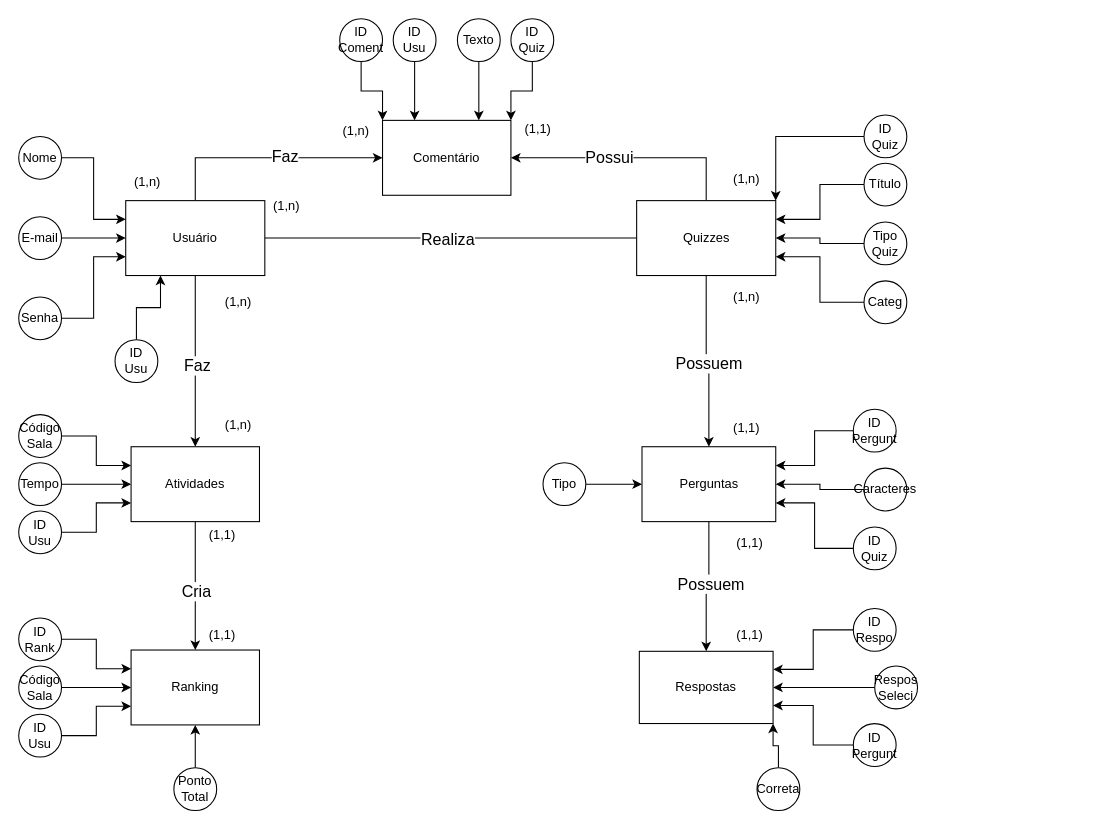
Before: Project ER Diagram.drawio in J4oG/DER, a draw.io diagram. Source tidied: cells renumbered, new cells numbered last; positions are measured from the earlier drawing's top-left corner, leaving out a move shared by most shapes. Both pictures are drawn from the tidied source at 107%, with x=0, y=0 at pixel (18, 18).
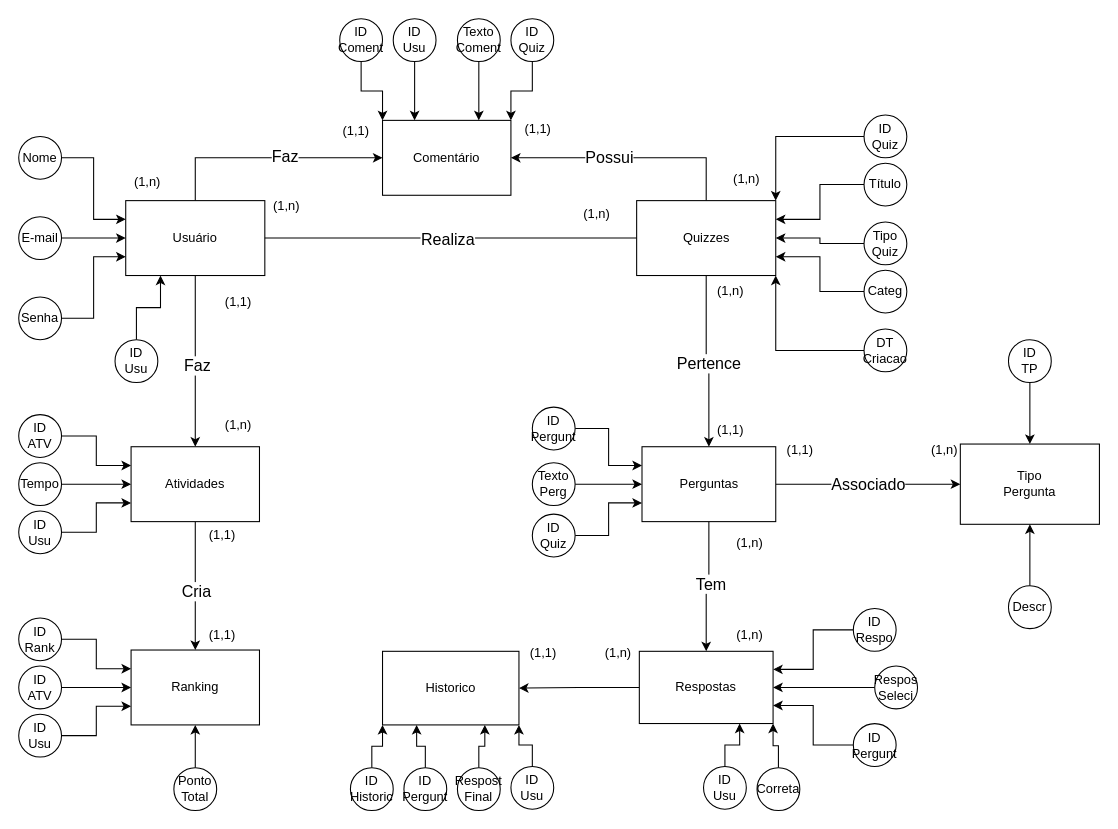
The same page after the edit.

The change refers to these unchanged cells:
```xml
<mxCell id="7" style="edgeStyle=orthogonalEdgeStyle;rounded=0;jettySize=auto;html=1;exitX=0.5;exitY=1;exitDx=0;exitDy=0;entryX=0.5;entryY=0;entryDx=0;entryDy=0;" parent="1" edge="1" source="11" target="36">
  <mxGeometry relative="1" as="geometry" />
</mxCell>
<mxCell id="11" value="Quizzes" style="rounded=0;whiteSpace=wrap;html=1;" parent="1" vertex="1">
  <mxGeometry x="577.5" y="170" width="130" height="70" as="geometry" />
</mxCell>
<mxCell id="34" style="edgeStyle=orthogonalEdgeStyle;rounded=0;jettySize=auto;html=1;exitX=0.5;exitY=1;exitDx=0;exitDy=0;entryX=0.5;entryY=0;entryDx=0;entryDy=0;" parent="1" edge="1" source="36" target="37">
  <mxGeometry relative="1" as="geometry" />
</mxCell>
<mxCell id="36" value="Perguntas" style="rounded=0;whiteSpace=wrap;html=1;" parent="1" vertex="1">
  <mxGeometry x="582.5" y="400" width="125" height="70" as="geometry" />
</mxCell>
<mxCell id="37" value="Respostas" style="rounded=0;whiteSpace=wrap;html=1;" parent="1" vertex="1">
  <mxGeometry x="580" y="591.2" width="125" height="67.5" as="geometry" />
</mxCell>
<mxCell id="67" style="endArrow=none;html=1;rounded=0;exitX=1;exitY=0.5;exitDx=0;exitDy=0;entryX=0;entryY=0.5;entryDx=0;entryDy=0;" parent="1" edge="1" source="6" target="11">
  <mxGeometry relative="1" as="geometry" />
</mxCell>
```

The edit, as a diff of the source:
```diff
@@
-    <mxCell id="8" value="&lt;font style=&quot;font-size: 15px;&quot;&gt;Possuem&lt;/font&gt;" style="edgeLabel;html=1;align=center;verticalAlign=middle;" parent="7" vertex="1">
+    <mxCell id="8" value="&lt;font style=&quot;font-size: 15px;&quot;&gt;Pertence&lt;/font&gt;" style="edgeLabel;html=1;align=center;verticalAlign=middle;" parent="7" vertex="1">
       <mxGeometry x="0.03" y="-1" relative="1" as="geometry" />
     </mxCell>
@@
-    <mxCell id="28" value="Código&lt;br&gt;Sala" style="ellipse;whiteSpace=wrap;html=1;" parent="1" vertex="1">
+    <mxCell id="28" value="ID&lt;br&gt;ATV" style="ellipse;whiteSpace=wrap;html=1;" parent="1" vertex="1">
       <mxGeometry y="370" width="40" height="40" as="geometry" />
     </mxCell>
@@
-    <mxCell id="35" value="&lt;font style=&quot;font-size: 15px;&quot;&gt;Possuem&lt;/font&gt;" style="edgeLabel;html=1;align=center;verticalAlign=middle;" parent="34" vertex="1">
+    <mxCell id="35" value="&lt;font style=&quot;font-size: 15px;&quot;&gt;Tem&lt;/font&gt;" style="edgeLabel;html=1;align=center;verticalAlign=middle;" parent="34" vertex="1">
       <mxGeometry x="-0.08" y="1" relative="1" as="geometry" />
     </mxCell>
+    <mxCell id="90" style="edgeStyle=orthogonalEdgeStyle;rounded=0;jettySize=auto;html=1;exitX=1;exitY=0.5;exitDx=0;exitDy=0;" parent="1" edge="1" source="36" target="101">
+      <mxGeometry relative="1" as="geometry" />
+    </mxCell>
+    <mxCell id="91" value="&lt;font style=&quot;font-size: 15px;&quot;&gt;Associado&lt;/font&gt;" style="edgeLabel;html=1;align=center;verticalAlign=middle;" parent="90" vertex="1">
+      <mxGeometry x="-0.01" y="1" relative="1" as="geometry">
+        <mxPoint x="1" as="offset" />
+      </mxGeometry>
+    </mxCell>
@@
+    <mxCell id="92" style="edgeStyle=orthogonalEdgeStyle;rounded=0;jettySize=auto;html=1;" parent="1" edge="1" source="37" target="96">
+      <mxGeometry relative="1" as="geometry" />
+    </mxCell>
@@
     <mxCell id="39" value="Categ" style="ellipse;whiteSpace=wrap;html=1;" parent="1" vertex="1">
-      <mxGeometry x="790" y="245" width="40" height="40" as="geometry" />
+      <mxGeometry x="790" y="235" width="40" height="40" as="geometry" />
     </mxCell>
@@
-    <mxCell id="42" style="edgeStyle=orthogonalEdgeStyle;rounded=0;jettySize=auto;html=1;entryX=1;entryY=0.25;entryDx=0;entryDy=0;" parent="1" edge="1" source="43" target="36">
+    <mxCell id="42" style="edgeStyle=orthogonalEdgeStyle;rounded=0;jettySize=auto;html=1;entryX=0;entryY=0.25;entryDx=0;entryDy=0;" parent="1" edge="1" source="43" target="36">
       <mxGeometry relative="1" as="geometry" />
     </mxCell>
     <mxCell id="43" value="ID&lt;br&gt;Pergunt" style="ellipse;whiteSpace=wrap;html=1;" parent="1" vertex="1">
-      <mxGeometry x="780" y="365" width="40" height="40" as="geometry" />
+      <mxGeometry x="480" y="363" width="40" height="40" as="geometry" />
     </mxCell>
-    <mxCell id="44" style="edgeStyle=orthogonalEdgeStyle;rounded=0;jettySize=auto;html=1;exitX=0;exitY=0.5;exitDx=0;exitDy=0;entryX=1;entryY=0.75;entryDx=0;entryDy=0;" parent="1" edge="1" source="45" target="36">
+    <mxCell id="44" style="edgeStyle=orthogonalEdgeStyle;rounded=0;jettySize=auto;html=1;exitX=1;exitY=0.5;exitDx=0;exitDy=0;entryX=0;entryY=0.75;entryDx=0;entryDy=0;" parent="1" edge="1" source="45" target="36">
       <mxGeometry relative="1" as="geometry" />
     </mxCell>
     <mxCell id="45" value="ID&lt;br&gt;Quiz" style="ellipse;whiteSpace=wrap;html=1;" parent="1" vertex="1">
-      <mxGeometry x="780" y="475" width="40" height="40" as="geometry" />
+      <mxGeometry x="480" y="463" width="40" height="40" as="geometry" />
     </mxCell>
-    <mxCell id="46" style="edgeStyle=orthogonalEdgeStyle;rounded=0;jettySize=auto;html=1;entryX=1;entryY=0.5;entryDx=0;entryDy=0;" parent="1" edge="1" source="47" target="36">
+    <mxCell id="46" style="edgeStyle=orthogonalEdgeStyle;rounded=0;jettySize=auto;html=1;entryX=0;entryY=0.5;entryDx=0;entryDy=0;" parent="1" edge="1" source="47" target="36">
       <mxGeometry relative="1" as="geometry" />
     </mxCell>
-    <mxCell id="47" value="Caracteres" style="ellipse;whiteSpace=wrap;html=1;" parent="1" vertex="1">
-      <mxGeometry x="790" y="420" width="40" height="40" as="geometry" />
+    <mxCell id="47" value="Texto&lt;br&gt;Perg" style="ellipse;whiteSpace=wrap;html=1;" parent="1" vertex="1">
+      <mxGeometry x="480" y="415" width="40" height="40" as="geometry" />
     </mxCell>
-    <mxCell id="48" style="edgeStyle=orthogonalEdgeStyle;rounded=0;jettySize=auto;html=1;" parent="1" edge="1" source="49" target="36">
-      <mxGeometry relative="1" as="geometry" />
-    </mxCell>
-    <mxCell id="49" value="Tipo" style="ellipse;whiteSpace=wrap;html=1;" parent="1" vertex="1">
-      <mxGeometry x="490" y="415" width="40" height="40" as="geometry" />
-    </mxCell>
@@
-    <mxCell id="61" value="Código&lt;br&gt;Sala" style="ellipse;whiteSpace=wrap;html=1;" parent="1" vertex="1">
+    <mxCell id="61" value="ID&lt;br&gt;ATV" style="ellipse;whiteSpace=wrap;html=1;" parent="1" vertex="1">
       <mxGeometry y="605" width="40" height="40" as="geometry" />
     </mxCell>
@@
-    <mxCell id="68" value="&lt;font style=&quot;font-size: 15px;&quot;&gt;Realiza&lt;/font&gt;" style="edgeLabel;html=1;align=center;verticalAlign=middle;" parent="67" vertex="1">
+    <mxCell id="68" value="&lt;span style=&quot;font-size: 15px;&quot;&gt;Realiza&lt;/span&gt;" style="edgeLabel;html=1;align=center;verticalAlign=middle;" parent="67" vertex="1">
       <mxGeometry y="-4" relative="1" as="geometry">
         <mxPoint x="-4" y="-4" as="offset" />
       </mxGeometry>
     </mxCell>
@@
-    <mxCell id="76" value="Texto" style="ellipse;whiteSpace=wrap;html=1;" parent="1" vertex="1">
+    <mxCell id="76" value="Texto&lt;br&gt;Coment" style="ellipse;whiteSpace=wrap;html=1;" parent="1" vertex="1">
       <mxGeometry x="410" width="40" height="40" as="geometry" />
     </mxCell>
@@
-    <mxCell id="78" value="(1,n)" style="text;html=1;align=center;verticalAlign=middle;strokeColor=none;fillColor=none;" parent="1" vertex="1">
+    <mxCell id="78" value="(1,1)" style="text;html=1;align=center;verticalAlign=middle;strokeColor=none;fillColor=none;" parent="1" vertex="1">
       <mxGeometry x="180" y="250" width="50" height="30" as="geometry" />
     </mxCell>
     <mxCell id="79" value="(1,n)" style="text;html=1;align=center;verticalAlign=middle;strokeColor=none;fillColor=none;" parent="1" vertex="1">
-      <mxGeometry x="655" y="245" width="50" height="30" as="geometry" />
+      <mxGeometry x="640" y="240" width="50" height="30" as="geometry" />
     </mxCell>
-    <mxCell id="80" value="(1,1)" style="text;html=1;align=center;verticalAlign=middle;strokeColor=none;fillColor=none;" parent="1" vertex="1">
+    <mxCell id="80" value="(1,n)" style="text;html=1;align=center;verticalAlign=middle;strokeColor=none;fillColor=none;" parent="1" vertex="1">
       <mxGeometry x="657.5" y="475" width="50" height="30" as="geometry" />
     </mxCell>
@@
-    <mxCell id="83" value="(1,n)" style="text;html=1;align=center;verticalAlign=middle;strokeColor=none;fillColor=none;" parent="1" vertex="1">
+    <mxCell id="83" value="(1,1)" style="text;html=1;align=center;verticalAlign=middle;strokeColor=none;fillColor=none;" parent="1" vertex="1">
       <mxGeometry x="290" y="90" width="50" height="30" as="geometry" />
     </mxCell>
@@
     <mxCell id="85" value="(1,1)" style="text;html=1;align=center;verticalAlign=middle;strokeColor=none;fillColor=none;" parent="1" vertex="1">
-      <mxGeometry x="655" y="368" width="50" height="30" as="geometry" />
+      <mxGeometry x="640" y="370" width="50" height="30" as="geometry" />
     </mxCell>
-    <mxCell id="86" value="(1,1)" style="text;html=1;align=center;verticalAlign=middle;strokeColor=none;fillColor=none;" parent="1" vertex="1">
+    <mxCell id="86" value="(1,n)" style="text;html=1;align=center;verticalAlign=middle;strokeColor=none;fillColor=none;" parent="1" vertex="1">
       <mxGeometry x="657.5" y="561.2" width="50" height="30" as="geometry" />
     </mxCell>
@@
+    <mxCell id="93" value="(1,n)" style="text;html=1;align=center;verticalAlign=middle;strokeColor=none;fillColor=none;" parent="1" vertex="1">
+      <mxGeometry x="515" y="168" width="50" height="30" as="geometry" />
+    </mxCell>
+    <mxCell id="94" style="edgeStyle=orthogonalEdgeStyle;rounded=0;jettySize=auto;html=1;entryX=0.75;entryY=1;entryDx=0;entryDy=0;" parent="1" edge="1" source="95" target="37">
+      <mxGeometry relative="1" as="geometry" />
+    </mxCell>
+    <mxCell id="95" value="ID&lt;br&gt;Usu" style="ellipse;whiteSpace=wrap;html=1;" parent="1" vertex="1">
+      <mxGeometry x="640" y="698.8" width="40" height="40" as="geometry" />
+    </mxCell>
+    <mxCell id="96" value="Historico" style="rounded=0;whiteSpace=wrap;html=1;" parent="1" vertex="1">
+      <mxGeometry x="340" y="591.2" width="127.5" height="68.8" as="geometry" />
+    </mxCell>
+    <mxCell id="97" style="edgeStyle=orthogonalEdgeStyle;rounded=0;jettySize=auto;html=1;entryX=0;entryY=1;entryDx=0;entryDy=0;" parent="1" edge="1" source="98" target="96">
+      <mxGeometry relative="1" as="geometry" />
+    </mxCell>
+    <mxCell id="98" value="ID&lt;br&gt;Historic" style="ellipse;whiteSpace=wrap;html=1;" parent="1" vertex="1">
+      <mxGeometry x="310" y="700" width="40" height="40" as="geometry" />
+    </mxCell>
+    <mxCell id="99" style="edgeStyle=orthogonalEdgeStyle;rounded=0;jettySize=auto;html=1;entryX=1;entryY=1;entryDx=0;entryDy=0;" parent="1" edge="1" source="100" target="96">
+      <mxGeometry relative="1" as="geometry" />
+    </mxCell>
+    <mxCell id="100" value="ID&lt;div&gt;Usu&lt;/div&gt;" style="ellipse;whiteSpace=wrap;html=1;" parent="1" vertex="1">
+      <mxGeometry x="460" y="698.8" width="40" height="40" as="geometry" />
+    </mxCell>
+    <mxCell id="101" value="Tipo&lt;br&gt;Pergunta" style="rounded=0;whiteSpace=wrap;html=1;" parent="1" vertex="1">
+      <mxGeometry x="880" y="397.5" width="130" height="75" as="geometry" />
+    </mxCell>
+    <mxCell id="102" style="edgeStyle=orthogonalEdgeStyle;rounded=0;jettySize=auto;html=1;entryX=0.25;entryY=1;entryDx=0;entryDy=0;" parent="1" edge="1" source="103" target="96">
+      <mxGeometry relative="1" as="geometry" />
+    </mxCell>
+    <mxCell id="103" value="ID&lt;div&gt;Pergunt&lt;/div&gt;" style="ellipse;whiteSpace=wrap;html=1;" parent="1" vertex="1">
+      <mxGeometry x="360" y="700" width="40" height="40" as="geometry" />
+    </mxCell>
+    <mxCell id="104" style="edgeStyle=orthogonalEdgeStyle;rounded=0;jettySize=auto;html=1;entryX=0.75;entryY=1;entryDx=0;entryDy=0;" parent="1" edge="1" source="105" target="96">
+      <mxGeometry relative="1" as="geometry" />
+    </mxCell>
+    <mxCell id="105" value="Respost&lt;br&gt;Final" style="ellipse;whiteSpace=wrap;html=1;" parent="1" vertex="1">
+      <mxGeometry x="410" y="700" width="40" height="40" as="geometry" />
+    </mxCell>
+    <mxCell id="106" style="edgeStyle=orthogonalEdgeStyle;rounded=0;jettySize=auto;html=1;" parent="1" edge="1" source="107" target="101">
+      <mxGeometry relative="1" as="geometry" />
+    </mxCell>
+    <mxCell id="107" value="ID&lt;br&gt;TP" style="ellipse;whiteSpace=wrap;html=1;" parent="1" vertex="1">
+      <mxGeometry x="925" y="300" width="40" height="40" as="geometry" />
+    </mxCell>
+    <mxCell id="108" style="edgeStyle=orthogonalEdgeStyle;rounded=0;jettySize=auto;html=1;entryX=0.5;entryY=1;entryDx=0;entryDy=0;" parent="1" edge="1" source="109" target="101">
+      <mxGeometry relative="1" as="geometry" />
+    </mxCell>
+    <mxCell id="109" value="Descr" style="ellipse;whiteSpace=wrap;html=1;" parent="1" vertex="1">
+      <mxGeometry x="925" y="530" width="40" height="40" as="geometry" />
+    </mxCell>
+    <mxCell id="110" value="(1,n)" style="text;html=1;align=center;verticalAlign=middle;strokeColor=none;fillColor=none;" parent="1" vertex="1">
+      <mxGeometry x="535" y="578" width="50" height="30" as="geometry" />
+    </mxCell>
+    <mxCell id="111" value="(1,1)" style="text;html=1;align=center;verticalAlign=middle;strokeColor=none;fillColor=none;" parent="1" vertex="1">
+      <mxGeometry x="465" y="578" width="50" height="30" as="geometry" />
+    </mxCell>
+    <mxCell id="112" value="(1,1)" style="text;html=1;align=center;verticalAlign=middle;strokeColor=none;fillColor=none;" parent="1" vertex="1">
+      <mxGeometry x="705" y="388" width="50" height="30" as="geometry" />
+    </mxCell>
+    <mxCell id="113" value="(1,n)" style="text;html=1;align=center;verticalAlign=middle;strokeColor=none;fillColor=none;" parent="1" vertex="1">
+      <mxGeometry x="840" y="388" width="50" height="30" as="geometry" />
+    </mxCell>
+    <mxCell id="114" style="edgeStyle=orthogonalEdgeStyle;rounded=0;jettySize=auto;html=1;entryX=1;entryY=1;entryDx=0;entryDy=0;" parent="1" edge="1" source="115" target="11">
+      <mxGeometry relative="1" as="geometry" />
+    </mxCell>
+    <mxCell id="115" value="DT&lt;br&gt;Criacao" style="ellipse;whiteSpace=wrap;html=1;" parent="1" vertex="1">
+      <mxGeometry x="790" y="290" width="40" height="40" as="geometry" />
+    </mxCell>
```
